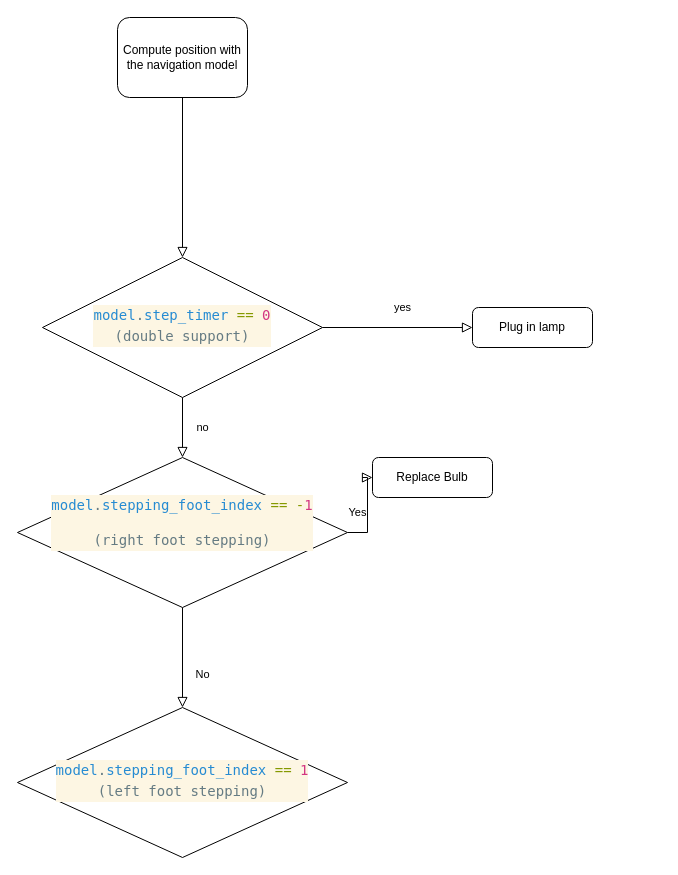
Before: Untitled Diagram.drawio in ThoChat/jupedsim_test_sandbox, a draw.io diagram. Source tidied: cells renumbered, new cells numbered last; positions are measured from the earlier drawing's top-left corner, leaving out a move shared by most shapes. Both pictures are drawn from the tidied source at 100%, with x=0, y=0 at pixel (17, 17).
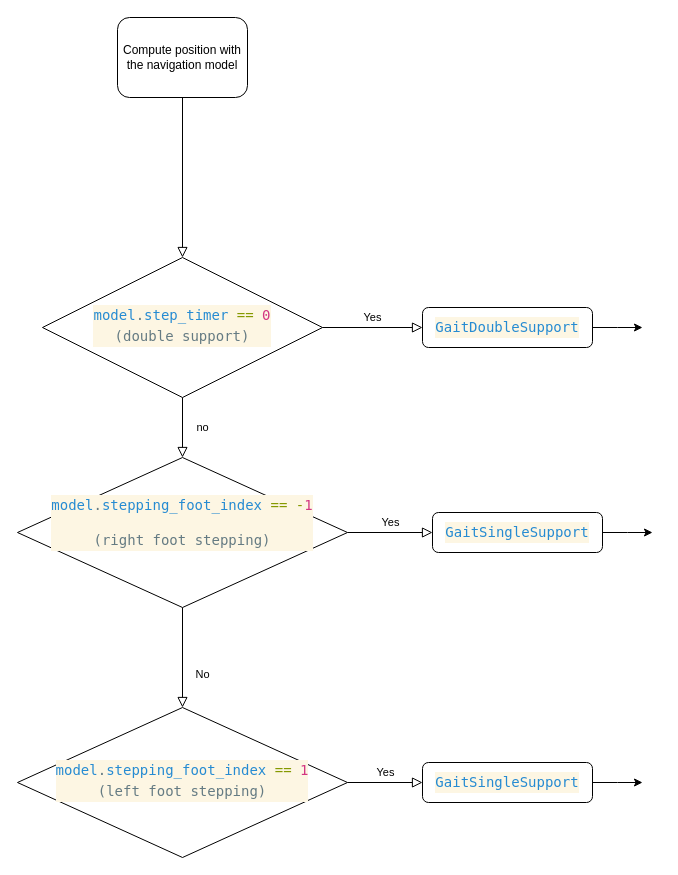
Above is the later version.

The change refers to these unchanged cells:
```xml
<mxCell id="6" value="&lt;div style=&quot;color: rgb(101, 123, 131); background-color: rgb(253, 246, 227); font-family: Menlo, Monaco, &amp;quot;Courier New&amp;quot;, monospace; font-weight: normal; font-size: 14px; line-height: 21px; white-space: pre;&quot;&gt;&lt;div&gt;&lt;span style=&quot;color: rgb(38, 139, 210);&quot;&gt;model&lt;/span&gt;&lt;span style=&quot;color: rgb(101, 123, 131);&quot;&gt;.&lt;/span&gt;&lt;span style=&quot;color: rgb(38, 139, 210);&quot;&gt;step_timer&lt;/span&gt;&lt;span style=&quot;color: rgb(101, 123, 131);&quot;&gt; &lt;/span&gt;&lt;span style=&quot;color: rgb(133, 153, 0);&quot;&gt;==&lt;/span&gt;&lt;span style=&quot;color: rgb(101, 123, 131);&quot;&gt; &lt;/span&gt;&lt;span style=&quot;color: rgb(211, 54, 130);&quot;&gt;0&lt;/span&gt;&lt;/div&gt;&lt;div&gt;(double support)&lt;/div&gt;&lt;/div&gt;" style="rhombus;whiteSpace=wrap;html=1;shadow=0;fontFamily=Helvetica;fontSize=12;align=center;strokeWidth=1;spacing=6;spacingTop=-4;" parent="1" vertex="1">
  <mxGeometry x="25" y="240" width="280" height="140" as="geometry" />
</mxCell>
<mxCell id="12" value="&lt;div style=&quot;color: rgb(101, 123, 131); background-color: rgb(253, 246, 227); font-family: Menlo, Monaco, &amp;quot;Courier New&amp;quot;, monospace; font-weight: normal; font-size: 14px; line-height: 21px; white-space: pre;&quot;&gt;&lt;div&gt;&lt;span style=&quot;color: rgb(38, 139, 210);&quot;&gt;model&lt;/span&gt;&lt;span style=&quot;color: rgb(101, 123, 131);&quot;&gt;.&lt;/span&gt;&lt;span style=&quot;color: rgb(38, 139, 210);&quot;&gt;stepping_foot_index&lt;/span&gt;&lt;span style=&quot;color: rgb(101, 123, 131);&quot;&gt; &lt;/span&gt;&lt;span style=&quot;color: rgb(133, 153, 0);&quot;&gt;==&lt;/span&gt;&lt;span style=&quot;color: rgb(101, 123, 131);&quot;&gt; &lt;/span&gt;&lt;span style=&quot;color: rgb(211, 54, 130);&quot;&gt;1&lt;/span&gt;&lt;br&gt;&lt;/div&gt;&lt;div&gt;(left foot stepping)&lt;/div&gt;&lt;/div&gt;" style="rhombus;whiteSpace=wrap;html=1;shadow=0;fontFamily=Helvetica;fontSize=12;align=center;strokeWidth=1;spacing=6;spacingTop=-4;" parent="1" vertex="1">
  <mxGeometry y="690" width="330" height="150" as="geometry" />
</mxCell>
```

Diff of the diagram source:
```diff
@@
-    <mxCell id="5" value="yes" style="edgeStyle=orthogonalEdgeStyle;rounded=0;html=1;jettySize=auto;fontSize=11;endArrow=block;endFill=0;endSize=8;strokeWidth=1;shadow=0;labelBackgroundColor=none;" parent="1" edge="1" source="6" target="7">
-      <mxGeometry x="0.07" y="20" relative="1" as="geometry" />
-    </mxCell>
@@
-    <mxCell id="7" value="Plug in lamp" style="rounded=1;whiteSpace=wrap;html=1;fontSize=12;glass=0;strokeWidth=1;shadow=0;" parent="1" vertex="1">
-      <mxGeometry x="455" y="290" width="120" height="40" as="geometry" />
-    </mxCell>
@@
+    <mxCell id="13" style="edgeStyle=orthogonalEdgeStyle;rounded=0;jettySize=auto;html=1;" parent="1" edge="1" source="11">
+      <mxGeometry relative="1" as="geometry">
+        <mxPoint x="635" y="515" as="targetPoint" />
+      </mxGeometry>
+    </mxCell>
-    <mxCell id="11" value="Replace Bulb" style="rounded=1;whiteSpace=wrap;html=1;fontSize=12;glass=0;strokeWidth=1;shadow=0;" parent="1" vertex="1">
-      <mxGeometry x="355" y="440" width="120" height="40" as="geometry" />
+    <mxCell id="11" value="&lt;div style=&quot;color: #657b83;background-color: #fdf6e3;font-family: Menlo, Monaco, 'Courier New', monospace;font-weight: normal;font-size: 14px;line-height: 21px;white-space: pre;&quot;&gt;&lt;div&gt;&lt;span style=&quot;color: #268bd2;&quot;&gt;GaitSingleSupport&lt;/span&gt;&lt;/div&gt;&lt;/div&gt;" style="rounded=1;whiteSpace=wrap;html=1;fontSize=12;glass=0;strokeWidth=1;shadow=0;" parent="1" vertex="1">
+      <mxGeometry x="415" y="495" width="170" height="40" as="geometry" />
     </mxCell>
@@
+    <mxCell id="14" value="Yes" style="edgeStyle=orthogonalEdgeStyle;rounded=0;html=1;jettySize=auto;fontSize=11;endArrow=block;endFill=0;endSize=8;strokeWidth=1;shadow=0;labelBackgroundColor=none;exitX=1;exitY=0.5;exitDx=0;exitDy=0;" parent="1" edge="1" source="12" target="16">
+      <mxGeometry y="10" relative="1" as="geometry" />
+    </mxCell>
+    <mxCell id="15" style="edgeStyle=orthogonalEdgeStyle;rounded=0;jettySize=auto;html=1;" parent="1" edge="1" source="16">
+      <mxGeometry relative="1" as="geometry">
+        <mxPoint x="625" y="765" as="targetPoint" />
+      </mxGeometry>
+    </mxCell>
+    <mxCell id="16" value="&lt;div style=&quot;color: #657b83;background-color: #fdf6e3;font-family: Menlo, Monaco, 'Courier New', monospace;font-weight: normal;font-size: 14px;line-height: 21px;white-space: pre;&quot;&gt;&lt;div&gt;&lt;span style=&quot;color: #268bd2;&quot;&gt;GaitSingleSupport&lt;/span&gt;&lt;/div&gt;&lt;/div&gt;" style="rounded=1;whiteSpace=wrap;html=1;fontSize=12;glass=0;strokeWidth=1;shadow=0;" parent="1" vertex="1">
+      <mxGeometry x="405" y="745" width="170" height="40" as="geometry" />
+    </mxCell>
+    <mxCell id="17" value="Yes" style="edgeStyle=orthogonalEdgeStyle;rounded=0;html=1;jettySize=auto;fontSize=11;endArrow=block;endFill=0;endSize=8;strokeWidth=1;shadow=0;labelBackgroundColor=none;exitX=1;exitY=0.5;exitDx=0;exitDy=0;" parent="1" edge="1" source="6" target="19">
+      <mxGeometry y="10" relative="1" as="geometry">
+        <Array as="points">
+          <mxPoint x="425" y="310" />
+          <mxPoint x="425" y="310" />
+        </Array>
+      </mxGeometry>
+    </mxCell>
+    <mxCell id="18" style="edgeStyle=orthogonalEdgeStyle;rounded=0;jettySize=auto;html=1;" parent="1" edge="1" source="19">
+      <mxGeometry relative="1" as="geometry">
+        <mxPoint x="625" y="310" as="targetPoint" />
+      </mxGeometry>
+    </mxCell>
+    <mxCell id="19" value="&lt;div style=&quot;color: rgb(101, 123, 131); background-color: rgb(253, 246, 227); font-family: Menlo, Monaco, &amp;quot;Courier New&amp;quot;, monospace; font-weight: normal; font-size: 14px; line-height: 21px; white-space: pre;&quot;&gt;&lt;div&gt;&lt;span style=&quot;color: rgb(38, 139, 210);&quot;&gt;GaitDoubleSupport&lt;/span&gt;&lt;/div&gt;&lt;/div&gt;" style="rounded=1;whiteSpace=wrap;html=1;fontSize=12;glass=0;strokeWidth=1;shadow=0;" parent="1" vertex="1">
+      <mxGeometry x="405" y="290" width="170" height="40" as="geometry" />
+    </mxCell>
```
